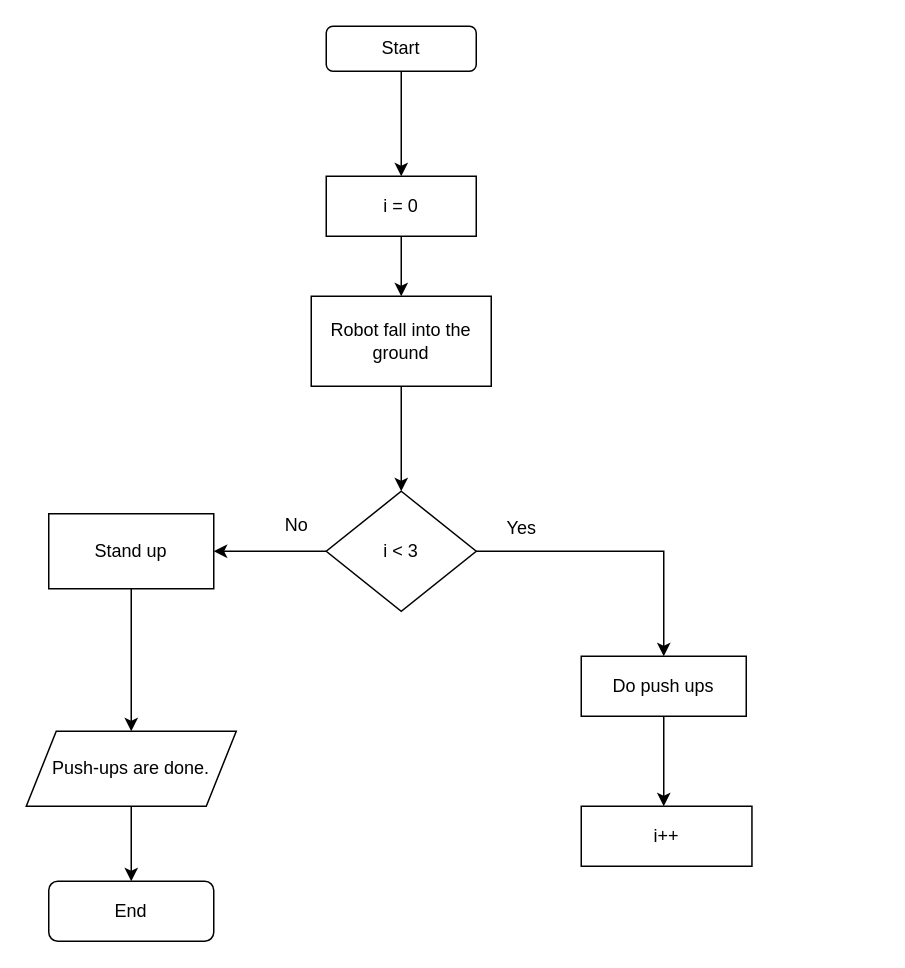
This is Untitled Diagram.drawio from orchlonn/CS-325, a draw.io file, before an edit. Source tidied: cells renumbered, new cells numbered last; positions are measured from the earlier drawing's top-left corner, leaving out a move shared by most shapes. Both pictures are drawn from the tidied source at 150%, with x=0, y=0 at pixel (26, 26).
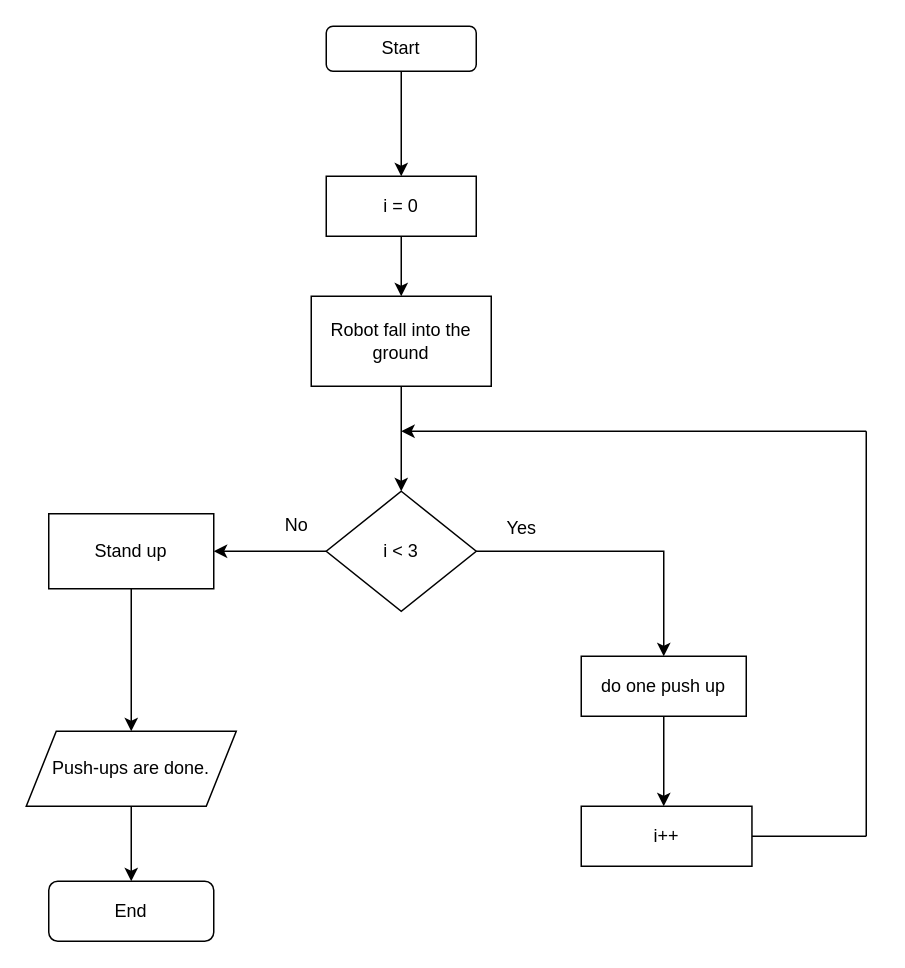
Above is the later version.

Unchanged cells that the change refers to:
```xml
<mxCell id="13" value="i++" style="whiteSpace=wrap;html=1;" parent="1" vertex="1">
  <mxGeometry x="370" y="520" width="113.8" height="40" as="geometry" />
</mxCell>
```

Diff of the diagram source:
```diff
@@
-    <mxCell id="11" value="Do push ups" style="whiteSpace=wrap;html=1;" parent="1" vertex="1">
+    <mxCell id="11" value="do one push up" style="whiteSpace=wrap;html=1;" parent="1" vertex="1">
       <mxGeometry x="370" y="420" width="110" height="40" as="geometry" />
     </mxCell>
@@
+    <mxCell id="21" style="endArrow=none;html=1;rounded=0;exitX=1;exitY=0.5;exitDx=0;exitDy=0;" parent="1" edge="1" source="13">
+      <mxGeometry relative="1" as="geometry">
+        <mxPoint x="560" y="540" as="targetPoint" />
+      </mxGeometry>
+    </mxCell>
+    <mxCell id="22" style="endArrow=none;html=1;rounded=0;" parent="1" edge="1">
+      <mxGeometry relative="1" as="geometry">
+        <mxPoint x="560" y="540" as="sourcePoint" />
+        <mxPoint x="560" y="270" as="targetPoint" />
+      </mxGeometry>
+    </mxCell>
+    <mxCell id="23" style="endArrow=classic;html=1;rounded=0;" parent="1" edge="1">
+      <mxGeometry relative="1" as="geometry">
+        <mxPoint x="560" y="270" as="sourcePoint" />
+        <mxPoint x="250" y="270" as="targetPoint" />
+      </mxGeometry>
+    </mxCell>
```
